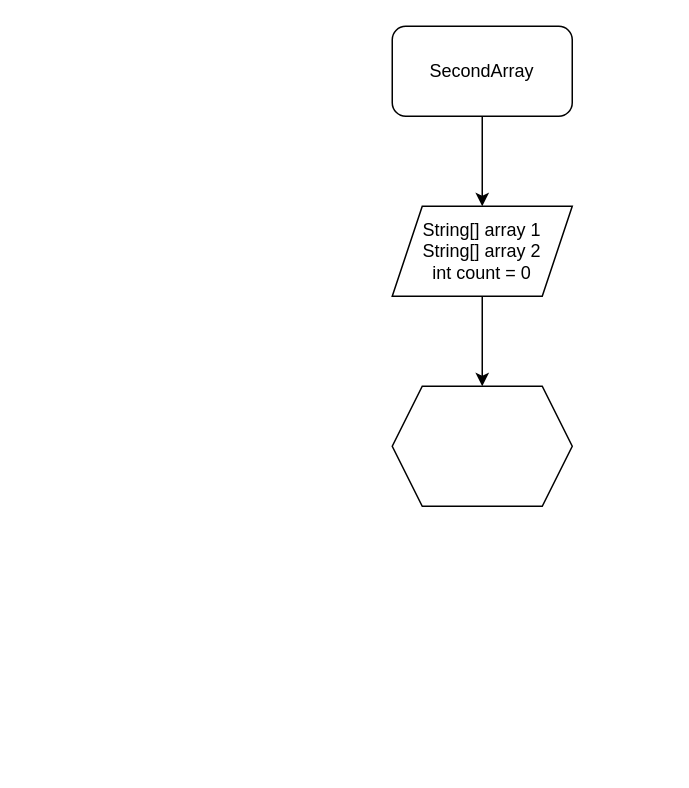
This is blockdiagram/blockdiagram.drawio from HilashovKA/finalTaskC-, a draw.io file, before an edit. Source tidied: cells renumbered, new cells numbered last; positions are measured from the earlier drawing's top-left corner, leaving out a move shared by most shapes. Both pictures are drawn from the tidied source at 150%, with x=0, y=0 at pixel (392, 26).
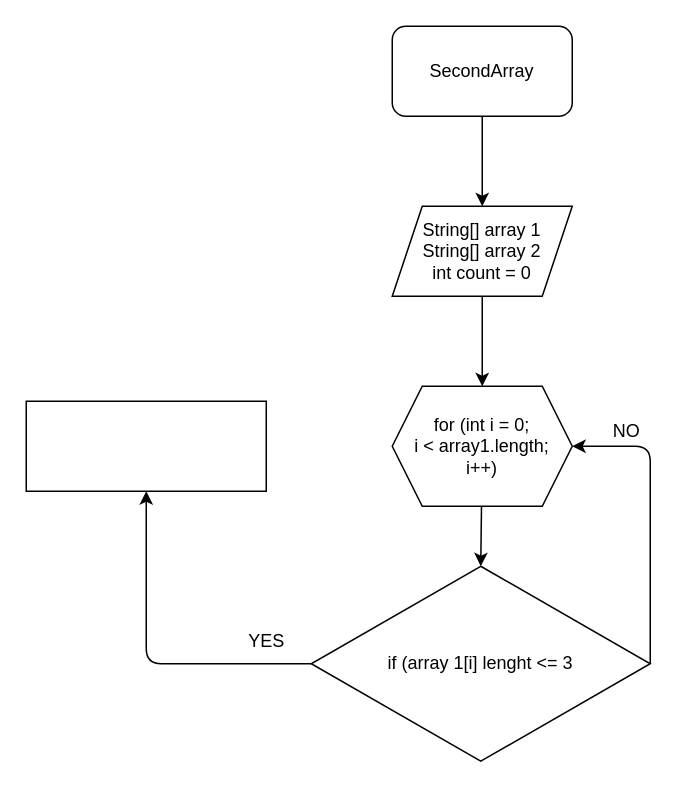
Above is the later version.

Change to the diagram source:
```diff
@@
 <mxGraphModel>
   <root>
     <mxCell id="0" />
     <mxCell id="1" parent="0" />
     <mxCell id="2" style="edgeStyle=none;html=1;entryX=0.5;entryY=0;entryDx=0;entryDy=0;" parent="1" edge="1" source="3" target="5">
       <mxGeometry relative="1" as="geometry" />
     </mxCell>
     <mxCell id="3" value="SecondArray" style="rounded=1;whiteSpace=wrap;html=1;" parent="1" vertex="1">
       <mxGeometry width="120" height="60" as="geometry" />
     </mxCell>
     <mxCell id="4" style="edgeStyle=none;html=1;" parent="1" edge="1" source="5">
       <mxGeometry relative="1" as="geometry">
         <mxPoint x="60" y="240" as="targetPoint" />
       </mxGeometry>
     </mxCell>
     <mxCell id="5" value="String[] array 1&lt;br&gt;String[] array 2&lt;br&gt;int count = 0" style="shape=parallelogram;perimeter=parallelogramPerimeter;whiteSpace=wrap;html=1;fixedSize=1;" parent="1" vertex="1">
       <mxGeometry y="120" width="120" height="60" as="geometry" />
     </mxCell>
+    <mxCell id="7" style="edgeStyle=none;html=1;entryX=0.5;entryY=0;entryDx=0;entryDy=0;" parent="1" edge="1" source="6" target="10">
+      <mxGeometry relative="1" as="geometry" />
+    </mxCell>
-    <mxCell id="6" style="shape=hexagon;perimeter=hexagonPerimeter2;whiteSpace=wrap;html=1;fixedSize=1;" parent="1" vertex="1">
+    <mxCell id="6" value="for (int i = 0;&lt;br&gt;i &amp;lt; array1.length;&lt;br&gt;i++)" style="shape=hexagon;perimeter=hexagonPerimeter2;whiteSpace=wrap;html=1;fixedSize=1;" parent="1" vertex="1">
       <mxGeometry y="240" width="120" height="80" as="geometry" />
     </mxCell>
+    <mxCell id="8" style="edgeStyle=none;html=1;entryX=1;entryY=0.5;entryDx=0;entryDy=0;exitX=1;exitY=0.5;exitDx=0;exitDy=0;" parent="1" edge="1" source="10" target="6">
+      <mxGeometry relative="1" as="geometry">
+        <Array as="points">
+          <mxPoint x="172" y="280" />
+        </Array>
+      </mxGeometry>
+    </mxCell>
+    <mxCell id="9" style="edgeStyle=none;html=1;entryX=0.5;entryY=1;entryDx=0;entryDy=0;exitX=0;exitY=0.5;exitDx=0;exitDy=0;" parent="1" edge="1" source="10" target="12">
+      <mxGeometry relative="1" as="geometry">
+        <Array as="points">
+          <mxPoint x="-164" y="425" />
+        </Array>
+      </mxGeometry>
+    </mxCell>
+    <mxCell id="10" value="if (array 1[i] lenght &amp;lt;= 3" style="rhombus;whiteSpace=wrap;html=1;" parent="1" vertex="1">
+      <mxGeometry x="-54" y="360" width="226" height="130" as="geometry" />
+    </mxCell>
+    <mxCell id="11" value="NO" style="text;html=1;align=center;verticalAlign=middle;strokeColor=none;fillColor=none;" parent="1" vertex="1">
+      <mxGeometry x="141" y="260" width="30" height="20" as="geometry" />
+    </mxCell>
+    <mxCell id="12" style="rounded=0;whiteSpace=wrap;html=1;" parent="1" vertex="1">
+      <mxGeometry x="-244" y="250" width="160" height="60" as="geometry" />
+    </mxCell>
+    <mxCell id="13" value="YES" style="text;html=1;align=center;verticalAlign=middle;strokeColor=none;fillColor=none;" parent="1" vertex="1">
+      <mxGeometry x="-104" y="400" width="40" height="20" as="geometry" />
+    </mxCell>
   </root>
 </mxGraphModel>
```
